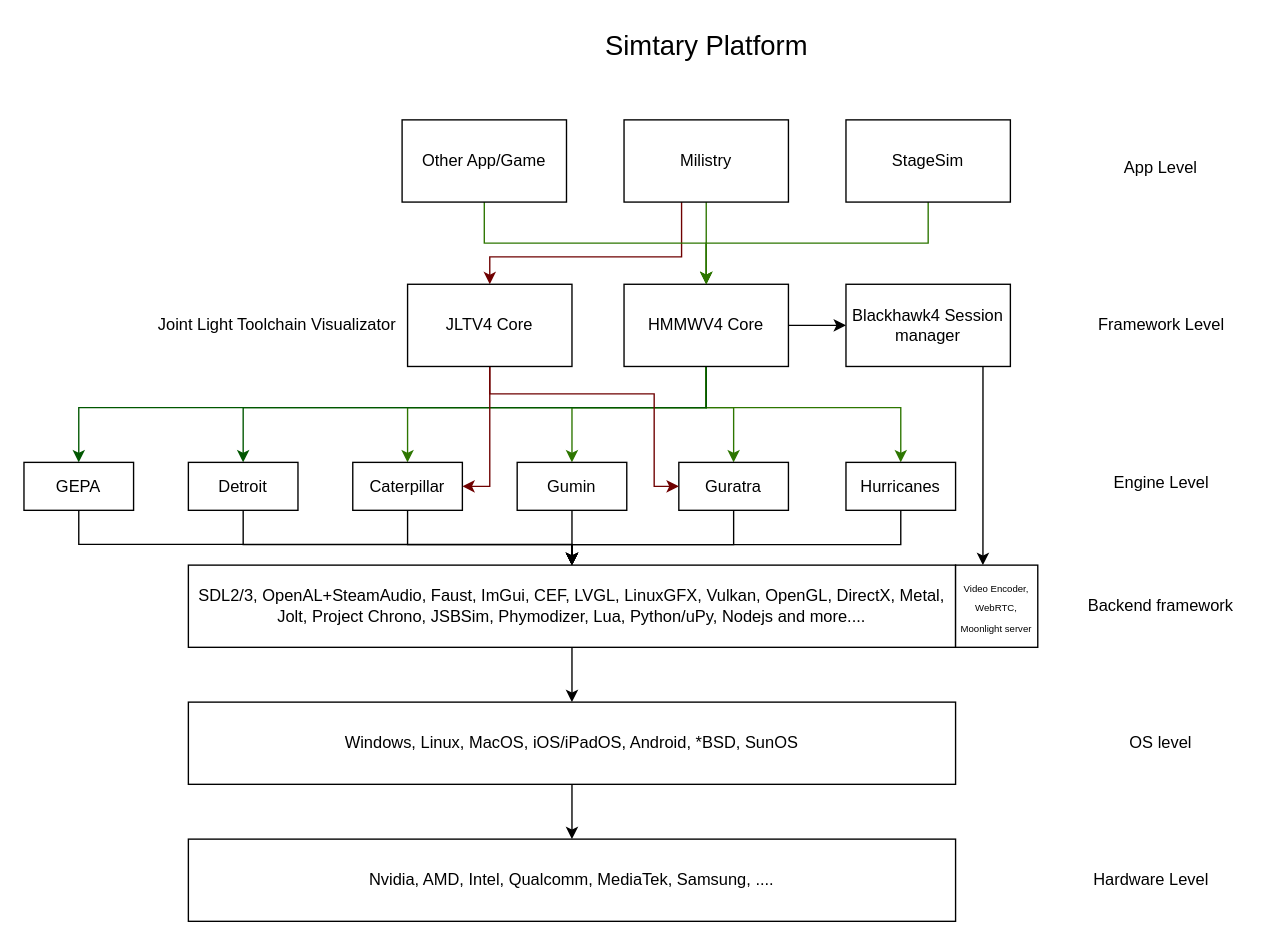
Before: platforminfo.drawio in DPSoftware-Technologies/Simtary, a draw.io diagram. Source tidied: cells renumbered, new cells numbered last; positions are measured from the earlier drawing's top-left corner, leaving out a move shared by most shapes. Both pictures are drawn from the tidied source at 137%, with x=0, y=0 at pixel (23, 23).
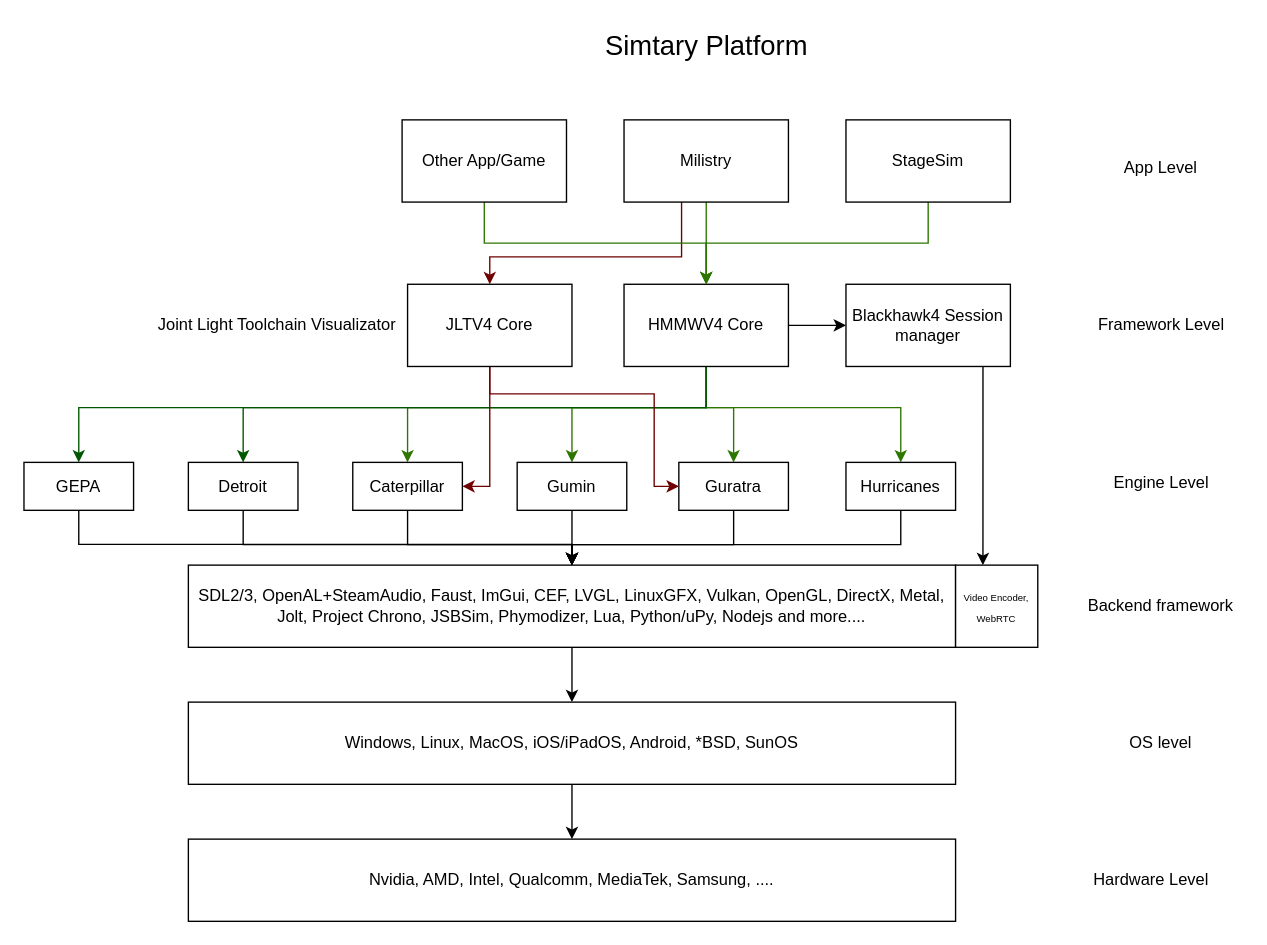
The same diagram, later.

What changed in the source:
```diff
@@
-    <mxCell id="47" value="&lt;font style=&quot;font-size: 7px;&quot;&gt;Video Encoder,&lt;/font&gt;&lt;div&gt;&lt;font style=&quot;font-size: 7px;&quot;&gt;WebRTC,&lt;/font&gt;&lt;/div&gt;&lt;div&gt;&lt;span style=&quot;font-size: 7px;&quot;&gt;Moonlight server&lt;/span&gt;&lt;/div&gt;" style="rounded=0;whiteSpace=wrap;html=1;" parent="1" vertex="1">
+    <mxCell id="47" value="&lt;font style=&quot;font-size: 7px;&quot;&gt;Video Encoder,&lt;/font&gt;&lt;div&gt;&lt;font style=&quot;font-size: 7px;&quot;&gt;WebRTC&lt;/font&gt;&lt;/div&gt;" style="rounded=0;whiteSpace=wrap;html=1;" parent="1" vertex="1">
       <mxGeometry x="680" y="395" width="60" height="60" as="geometry" />
     </mxCell>
```
